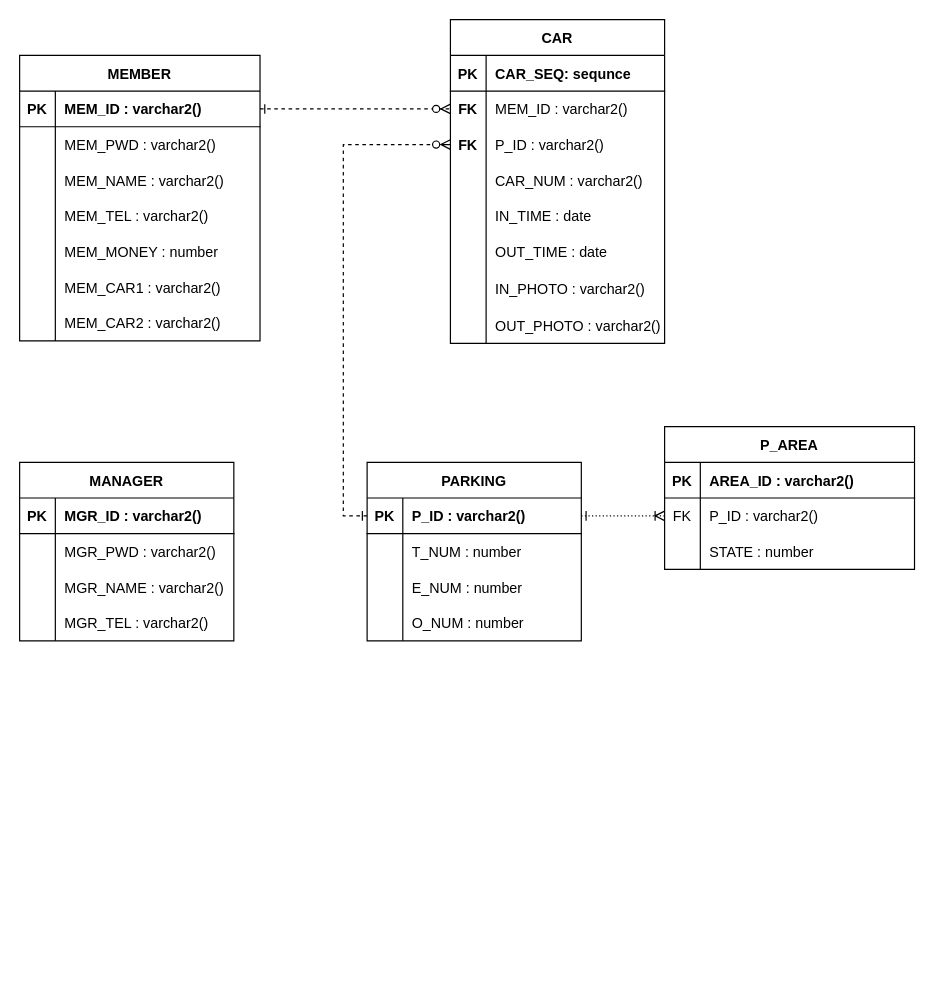
4rangKim/FinalProject keeps this draw.io diagram as page "ERD" (2 of 3) of docs/Diagram.drawio. Above is the earlier version. Source tidied: cells renumbered, new cells numbered last; positions are measured from the earlier drawing's top-left corner, leaving out a move shared by most shapes. Both pictures are drawn from the tidied source at 119%, with x=0, y=0 at pixel (19, 19).
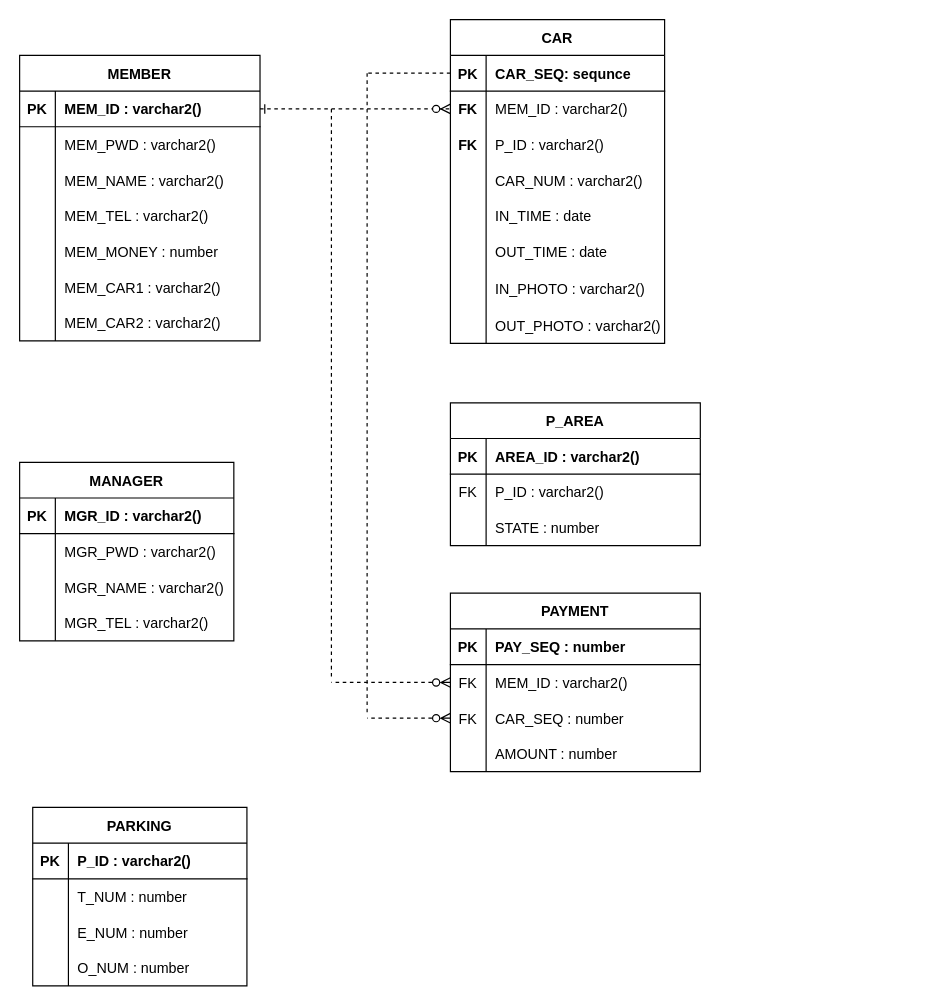
The same page after the edit.

The change refers to these unchanged cells:
```xml
<mxCell id="3" style="shape=partialRectangle;fillColor=none;top=0;left=0;bottom=1;right=0;points=[[0,0.5],[1,0.5]];portConstraint=eastwest;" parent="2" vertex="1">
  <mxGeometry y="30" width="180" height="30" as="geometry" />
</mxCell>
<mxCell id="6" style="shape=partialRectangle;fillColor=none;top=0;left=0;bottom=0;right=0;points=[[0,0.5],[1,0.5]];portConstraint=eastwest;" parent="2" vertex="1">
  <mxGeometry y="60" width="180" height="30" as="geometry" />
</mxCell>
<mxCell id="9" style="shape=partialRectangle;fillColor=none;top=0;left=0;bottom=0;right=0;points=[[0,0.5],[1,0.5]];portConstraint=eastwest;" parent="2" vertex="1">
  <mxGeometry y="90" width="180" height="30" as="geometry" />
</mxCell>
<mxCell id="28" style="shape=partialRectangle;fillColor=none;top=0;left=0;bottom=1;right=0;points=[[0,0.5],[1,0.5]];portConstraint=eastwest;" parent="27" vertex="1">
  <mxGeometry y="30" width="202" height="30" as="geometry" />
</mxCell>
<mxCell id="64" style="shape=partialRectangle;fillColor=none;top=0;left=0;bottom=1;right=0;points=[[0,0.5],[1,0.5]];portConstraint=eastwest;" parent="63" vertex="1">
  <mxGeometry y="30" width="180" height="30" as="geometry" />
</mxCell>
<mxCell id="80" style="shape=partialRectangle;fillColor=none;top=0;left=0;bottom=0;right=0;points=[[0,0.5],[1,0.5]];portConstraint=eastwest;" parent="76" vertex="1">
  <mxGeometry y="60" width="210" height="30" as="geometry" />
</mxCell>
```

What changed in the source:
```diff
@@
     <mxCell id="62" style="edgeStyle=orthogonalEdgeStyle;fontSize=12;html=1;endArrow=ERzeroToMany;startArrow=ERone;rounded=0;dashed=1;exitX=1;exitY=0.5;exitDx=0;exitDy=0;startFill=0;entryX=0;entryY=0.5;entryDx=0;entryDy=0;" parent="1" edge="1" source="28" target="6">
-      <mxGeometry relative="1" as="geometry" />
+      <mxGeometry relative="1" as="geometry">
+        <Array as="points">
+          <mxPoint x="242" y="75" />
+          <mxPoint x="242" y="75" />
+        </Array>
+      </mxGeometry>
     </mxCell>
     <mxCell id="63" value="PARKING" style="shape=table;startSize=30;childLayout=tableLayout;rowLines=0;fontStyle=1;align=center;" parent="1" vertex="1">
-      <mxGeometry x="292" y="372" width="180" height="150" as="geometry" />
+      <mxGeometry x="11" y="662" width="180" height="150" as="geometry" />
     </mxCell>
@@
     <mxCell id="76" value="P_AREA" style="shape=table;startSize=30;childLayout=tableLayout;rowLines=0;fontStyle=1;align=center;" parent="1" vertex="1">
-      <mxGeometry x="542" y="342" width="210" height="120" as="geometry" />
+      <mxGeometry x="362" y="322" width="210" height="120" as="geometry" />
     </mxCell>
@@
-    <mxCell id="86" style="edgeStyle=orthogonalEdgeStyle;rounded=0;jettySize=auto;html=1;exitX=1;exitY=0.5;exitDx=0;exitDy=0;entryX=0;entryY=0.5;entryDx=0;entryDy=0;dashed=1;dashPattern=1 2;startArrow=ERone;startFill=0;endArrow=ERoneToMany;endFill=0;" parent="1" edge="1" source="64" target="80">
-      <mxGeometry relative="1" as="geometry" />
-    </mxCell>
-    <mxCell id="87" style="edgeStyle=orthogonalEdgeStyle;rounded=0;jettySize=auto;html=1;exitX=0;exitY=0.5;exitDx=0;exitDy=0;entryX=0;entryY=0.5;entryDx=0;entryDy=0;startArrow=ERone;startFill=0;endArrow=ERzeroToMany;endFill=0;dashed=1;" parent="1" edge="1" source="64" target="9">
-      <mxGeometry relative="1" as="geometry" />
-    </mxCell>
+    <mxCell id="88" value="PAYMENT" style="shape=table;startSize=30;childLayout=tableLayout;rowLines=0;fontStyle=1;align=center;" parent="1" vertex="1">
+      <mxGeometry x="362" y="482" width="210" height="150" as="geometry" />
+    </mxCell>
+    <mxCell id="89" style="shape=partialRectangle;fillColor=none;top=0;left=0;bottom=1;right=0;" parent="88" vertex="1">
+      <mxGeometry y="30" width="210" height="30" as="geometry" />
+    </mxCell>
+    <mxCell id="90" value="PK" style="shape=partialRectangle;fillColor=none;top=0;left=0;bottom=0;right=0;fontStyle=1;overflow=hidden;" parent="89" vertex="1">
+      <mxGeometry width="30" height="30" as="geometry" />
+    </mxCell>
+    <mxCell id="91" value="PAY_SEQ : number" style="shape=partialRectangle;fillColor=none;top=0;left=0;bottom=0;right=0;align=left;spacingLeft=6;fontStyle=1;overflow=hidden;" parent="89" vertex="1">
+      <mxGeometry x="30" width="180" height="30" as="geometry" />
+    </mxCell>
+    <mxCell id="92" style="shape=partialRectangle;fillColor=none;top=0;left=0;bottom=0;right=0;points=[[0,0.5],[1,0.5]];portConstraint=eastwest;" parent="88" vertex="1">
+      <mxGeometry y="60" width="210" height="30" as="geometry" />
+    </mxCell>
+    <mxCell id="93" value="FK" style="shape=partialRectangle;fillColor=none;top=0;left=0;bottom=0;right=0;overflow=hidden;" parent="92" vertex="1">
+      <mxGeometry width="30" height="30" as="geometry" />
+    </mxCell>
+    <mxCell id="94" value="MEM_ID : varchar2()" style="shape=partialRectangle;fillColor=none;top=0;left=0;bottom=0;right=0;align=left;spacingLeft=6;overflow=hidden;" parent="92" vertex="1">
+      <mxGeometry x="30" width="180" height="30" as="geometry" />
+    </mxCell>
+    <mxCell id="95" style="shape=partialRectangle;fillColor=none;top=0;left=0;bottom=0;right=0;points=[[0,0.5],[1,0.5]];portConstraint=eastwest;" parent="88" vertex="1">
+      <mxGeometry y="90" width="210" height="30" as="geometry" />
+    </mxCell>
+    <mxCell id="96" value="FK" style="shape=partialRectangle;fillColor=none;top=0;left=0;bottom=0;right=0;overflow=hidden;" parent="95" vertex="1">
+      <mxGeometry width="30" height="30" as="geometry" />
+    </mxCell>
+    <mxCell id="97" value="CAR_SEQ : number" style="shape=partialRectangle;fillColor=none;top=0;left=0;bottom=0;right=0;align=left;spacingLeft=6;overflow=hidden;" parent="95" vertex="1">
+      <mxGeometry x="30" width="180" height="30" as="geometry" />
+    </mxCell>
+    <mxCell id="98" style="shape=partialRectangle;fillColor=none;top=0;left=0;bottom=0;right=0;" parent="88" vertex="1">
+      <mxGeometry y="120" width="210" height="30" as="geometry" />
+    </mxCell>
+    <mxCell id="99" style="shape=partialRectangle;fillColor=none;top=0;left=0;bottom=0;right=0;overflow=hidden;" parent="98" vertex="1">
+      <mxGeometry width="30" height="30" as="geometry" />
+    </mxCell>
+    <mxCell id="100" value="AMOUNT : number" style="shape=partialRectangle;fillColor=none;top=0;left=0;bottom=0;right=0;align=left;spacingLeft=6;overflow=hidden;" parent="98" vertex="1">
+      <mxGeometry x="30" width="180" height="30" as="geometry" />
+    </mxCell>
+    <mxCell id="101" style="endArrow=none;dashed=1;html=1;rounded=0;" parent="1" edge="1">
+      <mxGeometry relative="1" as="geometry">
+        <mxPoint x="262" y="552" as="sourcePoint" />
+        <mxPoint x="262" y="72" as="targetPoint" />
+      </mxGeometry>
+    </mxCell>
+    <mxCell id="102" style="endArrow=none;dashed=1;html=1;rounded=0;startArrow=ERzeroToMany;startFill=0;exitX=0;exitY=0.5;exitDx=0;exitDy=0;" parent="1" edge="1" source="92">
+      <mxGeometry relative="1" as="geometry">
+        <mxPoint x="262" y="557" as="targetPoint" />
+      </mxGeometry>
+    </mxCell>
+    <mxCell id="103" style="endArrow=none;dashed=1;html=1;rounded=0;" parent="1" edge="1">
+      <mxGeometry relative="1" as="geometry">
+        <mxPoint x="292" y="582" as="sourcePoint" />
+        <mxPoint x="292" y="42" as="targetPoint" />
+      </mxGeometry>
+    </mxCell>
+    <mxCell id="104" style="endArrow=none;dashed=1;html=1;rounded=0;exitX=0;exitY=0.5;exitDx=0;exitDy=0;" parent="1" edge="1" source="3">
+      <mxGeometry relative="1" as="geometry">
+        <mxPoint x="292" y="45" as="targetPoint" />
+      </mxGeometry>
+    </mxCell>
+    <mxCell id="105" style="endArrow=none;dashed=1;html=1;rounded=0;startArrow=ERzeroToMany;startFill=0;exitX=0;exitY=0.5;exitDx=0;exitDy=0;" parent="1" edge="1" source="95">
+      <mxGeometry relative="1" as="geometry">
+        <mxPoint x="292" y="587" as="targetPoint" />
+      </mxGeometry>
+    </mxCell>
```
